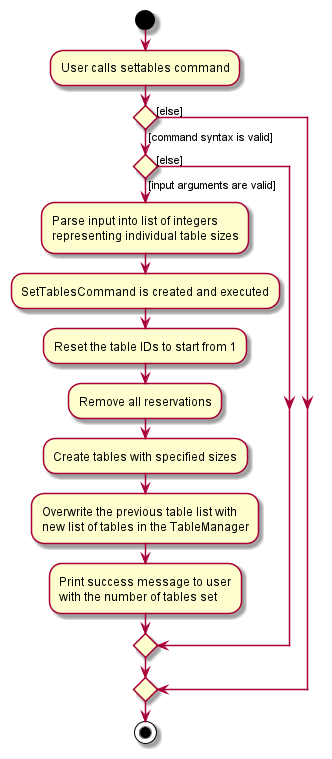
The PlantUML diagram docs/images/SetTablesActivityDiagram.png in nus-cs2103-AY2122S1/tp, before a commit. The source it was exported from:
```plantuml
@startuml
start
:User calls settables command;


if () then ([command syntax is valid])
if () then ([input arguments are valid])

    :Parse input into list of integers
    representing individual table sizes;

    :SetTablesCommand is created and executed;

    :Reset the table IDs to start from 1;

    :Remove all reservations;

    :Create tables with specified sizes;

    :Overwrite the previous table list with
    new list of tables in the TableManager;

    :Print success message to user
    with the number of tables set;
else ([else])
endif
else ([else])
endif
stop
@enduml
```
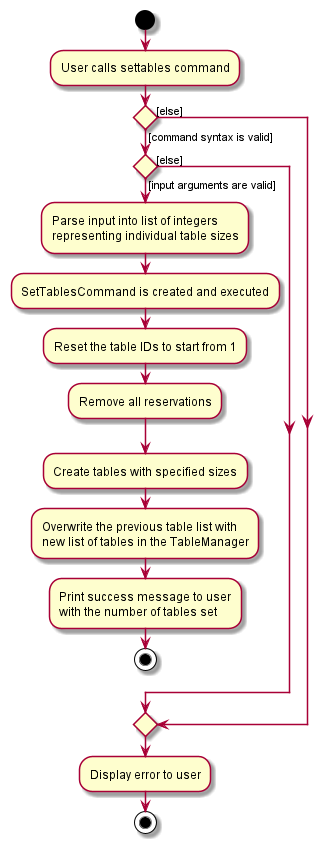
Above is the later version.

Commit message:
Change activity diagram to standardize

What changed in the source:
```diff
@@ -22,9 +22,13 @@
 
     :Print success message to user
     with the number of tables set;
+
+    stop
+
 else ([else])
-endif
+    endif
 else ([else])
-endif
+    endif
+    :Display error to user;
 stop
 @enduml
```
